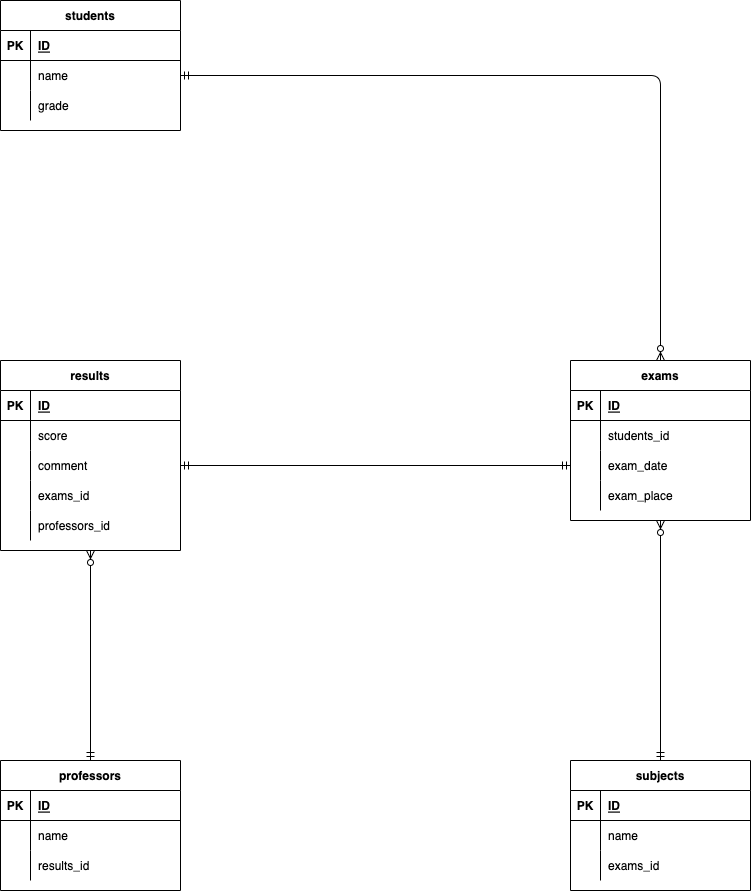
Before: index.drawio.png, a diagram exported from draw.io (im-yonggi/database). Source tidied: cells renumbered, new cells last; positions are measured from the earlier drawing's top-left corner, leaving out a move shared by most shapes.
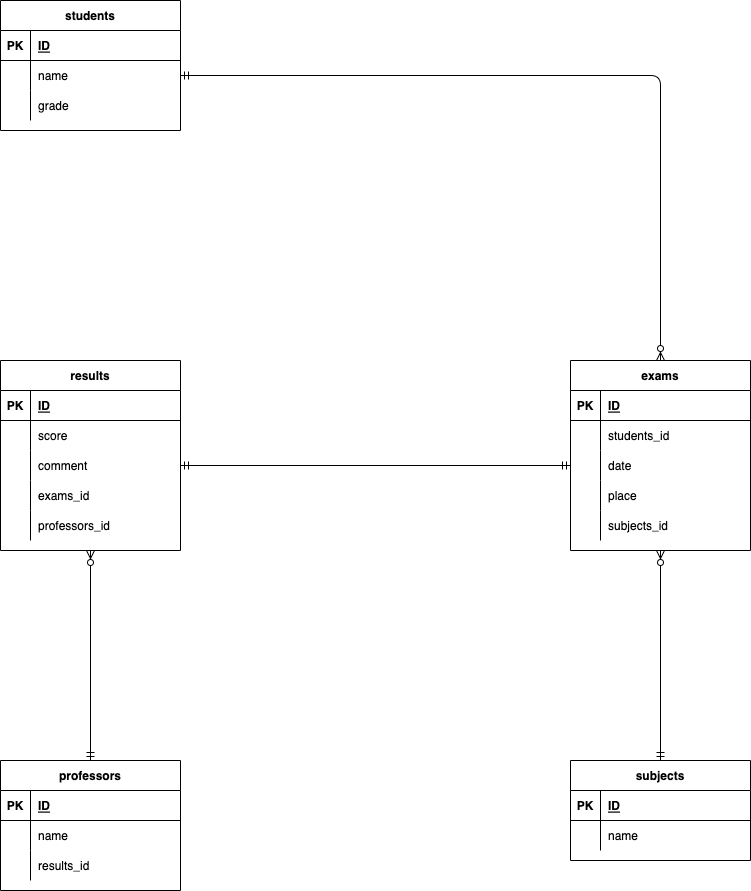
Later version of the same file.

Change to the diagram source:
```diff
@@ -63,7 +63,7 @@
       <mxGeometry x="30" width="150" height="30" as="geometry" />
     </mxCell>
     <mxCell id="22" value="exams" style="shape=table;startSize=30;rowLines=0;fontStyle=1;align=center;" parent="1" vertex="1">
-      <mxGeometry x="570" y="360" width="180" height="160" as="geometry" />
+      <mxGeometry x="570" y="360" width="180" height="190" as="geometry" />
     </mxCell>
     <mxCell id="23" style="shape=partialRectangle;fillColor=none;top=0;left=0;bottom=1;right=0;" parent="22" vertex="1">
       <mxGeometry y="30" width="180" height="30" as="geometry" />
@@ -89,7 +89,7 @@
     <mxCell id="30" style="shape=partialRectangle;fillColor=none;top=0;left=0;bottom=0;right=0;overflow=hidden;" parent="29" vertex="1">
       <mxGeometry width="30" height="30" as="geometry" />
     </mxCell>
-    <mxCell id="31" value="exam_date" style="shape=partialRectangle;fillColor=none;top=0;left=0;bottom=0;right=0;align=left;spacingLeft=6;overflow=hidden;" parent="29" vertex="1">
+    <mxCell id="31" value="date" style="shape=partialRectangle;fillColor=none;top=0;left=0;bottom=0;right=0;align=left;spacingLeft=6;overflow=hidden;" parent="29" vertex="1">
       <mxGeometry x="30" width="150" height="30" as="geometry" />
     </mxCell>
     <mxCell id="32" style="shape=partialRectangle;fillColor=none;top=0;left=0;bottom=0;right=0;" parent="22" vertex="1">
@@ -98,9 +98,18 @@
     <mxCell id="33" style="shape=partialRectangle;fillColor=none;top=0;left=0;bottom=0;right=0;overflow=hidden;" parent="32" vertex="1">
       <mxGeometry width="30" height="30" as="geometry" />
     </mxCell>
-    <mxCell id="34" value="exam_place" style="shape=partialRectangle;fillColor=none;top=0;left=0;bottom=0;right=0;align=left;spacingLeft=6;overflow=hidden;" parent="32" vertex="1">
+    <mxCell id="34" value="place" style="shape=partialRectangle;fillColor=none;top=0;left=0;bottom=0;right=0;align=left;spacingLeft=6;overflow=hidden;" parent="32" vertex="1">
       <mxGeometry x="30" width="150" height="30" as="geometry" />
     </mxCell>
+    <mxCell id="65" style="shape=partialRectangle;fillColor=none;top=0;left=0;bottom=0;right=0;" parent="22" vertex="1">
+      <mxGeometry y="150" width="180" height="30" as="geometry" />
+    </mxCell>
+    <mxCell id="62" style="shape=partialRectangle;fillColor=none;top=0;left=0;bottom=0;right=0;overflow=hidden;" parent="65" vertex="1">
+      <mxGeometry width="30" height="30" as="geometry" />
+    </mxCell>
+    <mxCell id="66" value="subjects_id" style="shape=partialRectangle;fillColor=none;top=0;left=0;bottom=0;right=0;align=left;spacingLeft=6;overflow=hidden;" parent="65" vertex="1">
+      <mxGeometry x="30" width="150" height="30" as="geometry" />
+    </mxCell>
     <mxCell id="35" value="results" style="shape=table;startSize=30;rowLines=0;fontStyle=1;align=center;" parent="1" vertex="1">
       <mxGeometry y="360" width="180" height="190" as="geometry" />
     </mxCell>
@@ -159,7 +168,7 @@
       <mxGeometry relative="1" as="geometry" />
     </mxCell>
     <mxCell id="54" value="subjects" style="shape=table;startSize=30;rowLines=0;fontStyle=1;align=center;" parent="1" vertex="1">
-      <mxGeometry x="570" y="760" width="180" height="130" as="geometry" />
+      <mxGeometry x="570" y="760" width="180" height="100" as="geometry" />
     </mxCell>
     <mxCell id="55" style="shape=partialRectangle;fillColor=none;top=0;left=0;bottom=1;right=0;" parent="54" vertex="1">
       <mxGeometry y="30" width="180" height="30" as="geometry" />
@@ -179,15 +188,6 @@
     <mxCell id="60" value="name" style="shape=partialRectangle;fillColor=none;top=0;left=0;bottom=0;right=0;align=left;spacingLeft=6;overflow=hidden;" parent="58" vertex="1">
       <mxGeometry x="30" width="150" height="30" as="geometry" />
     </mxCell>
-    <mxCell id="61" style="shape=partialRectangle;fillColor=none;top=0;left=0;bottom=0;right=0;" parent="54" vertex="1">
-      <mxGeometry y="90" width="180" height="30" as="geometry" />
-    </mxCell>
-    <mxCell id="62" style="shape=partialRectangle;fillColor=none;top=0;left=0;bottom=0;right=0;overflow=hidden;" parent="61" vertex="1">
-      <mxGeometry width="30" height="30" as="geometry" />
-    </mxCell>
-    <mxCell id="63" value="exams_id" style="shape=partialRectangle;fillColor=none;top=0;left=0;bottom=0;right=0;align=left;spacingLeft=6;overflow=hidden;" parent="61" vertex="1">
-      <mxGeometry x="30" width="150" height="30" as="geometry" />
-    </mxCell>
     <mxCell id="64" style="fontSize=12;html=1;endArrow=ERzeroToMany;startArrow=ERmandOne;exitX=0.5;exitY=0;exitDx=0;exitDy=0;entryX=0.5;entryY=1;entryDx=0;entryDy=0;" parent="1" edge="1" source="54" target="22">
       <mxGeometry relative="1" as="geometry" />
     </mxCell>
```
